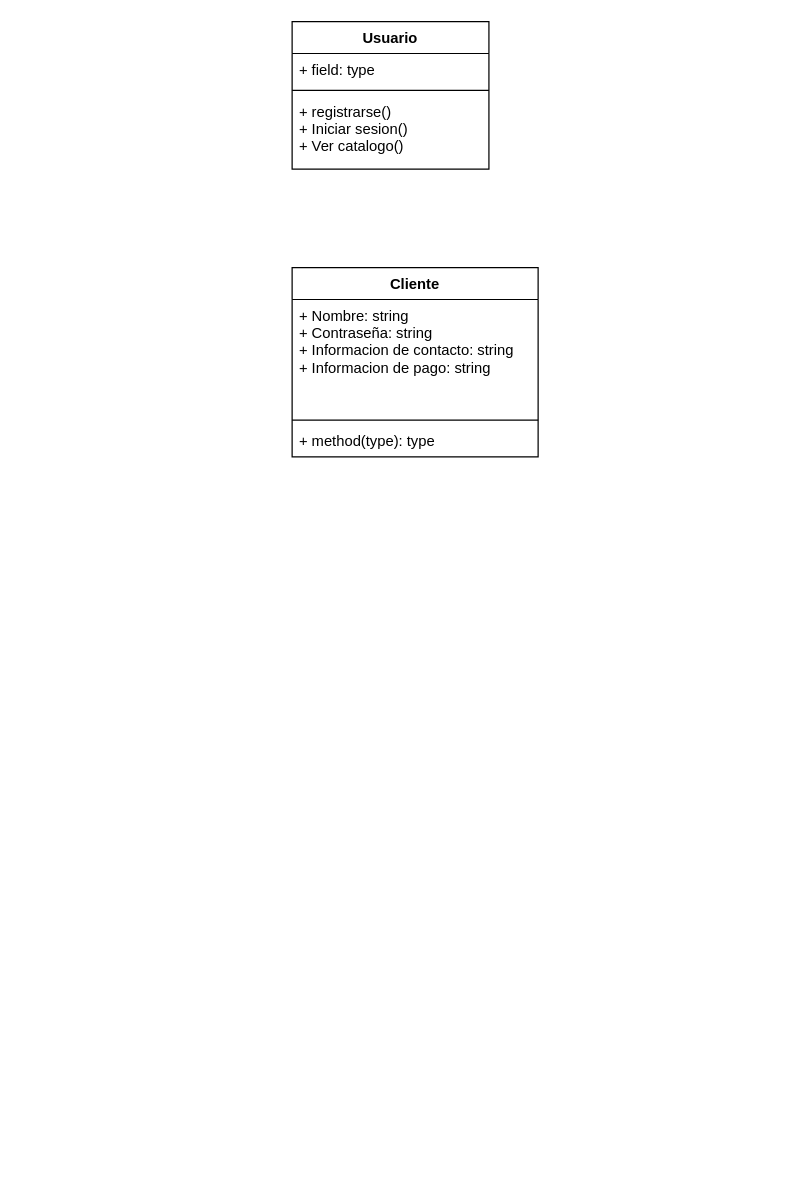
Above: lab4.drawio in AyobAsroutVargas/lab1 (draw.io), before the change. Source tidied: cells renumbered, new cells numbered last; positions are measured from the earlier drawing's top-left corner, leaving out a move shared by most shapes. Both pictures are drawn from the tidied source at 123%, with x=0, y=0 at pixel (292, 21).
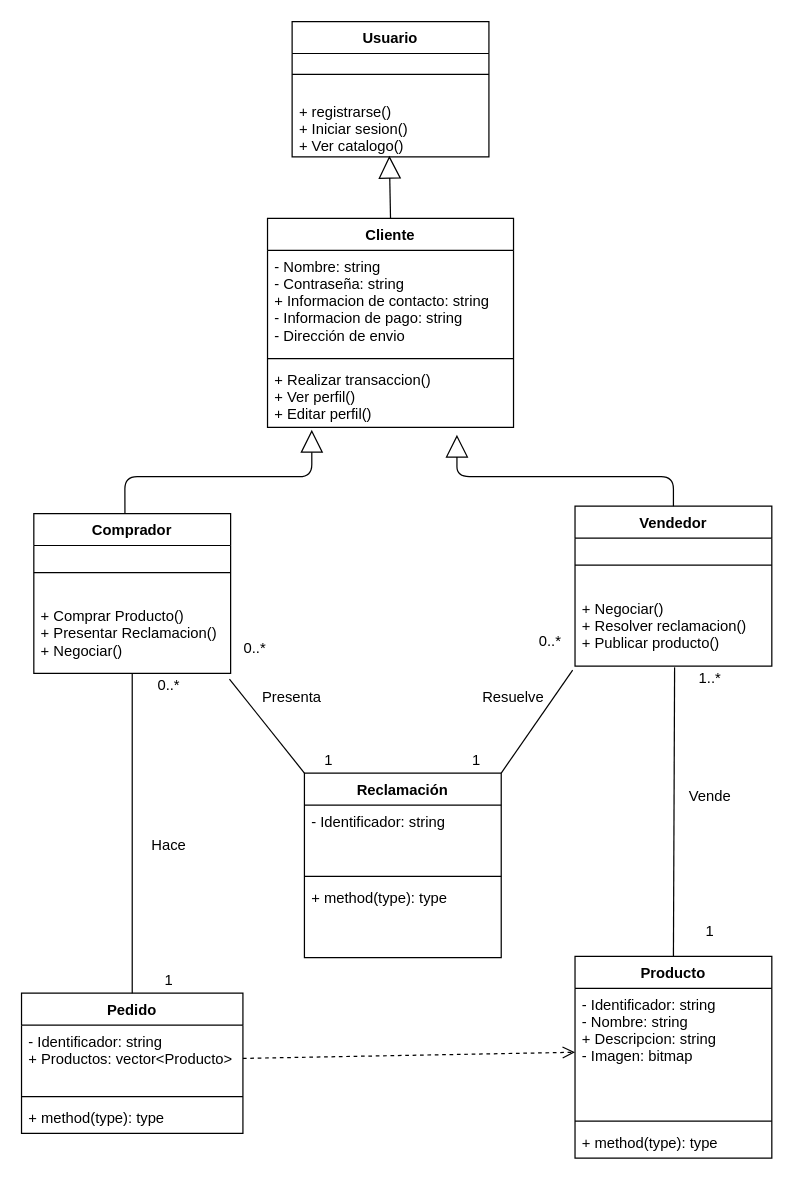
Above is the later version.

The edit, as a diff of the source:
```diff
@@
     <mxCell id="2" value="Usuario" style="swimlane;fontStyle=1;align=center;verticalAlign=top;horizontal=1;startSize=26;" parent="1" vertex="1">
-      <mxGeometry width="160" height="120" as="geometry" />
+      <mxGeometry width="160" height="110" as="geometry" />
     </mxCell>
-    <mxCell id="3" value="+ field: type" style="text;strokeColor=none;fillColor=none;align=left;verticalAlign=top;spacingLeft=4;spacingRight=4;overflow=hidden;" parent="2" vertex="1">
-      <mxGeometry y="26" width="160" height="26" as="geometry" />
-    </mxCell>
     <mxCell id="4" style="line;strokeWidth=1;fillColor=none;align=left;verticalAlign=middle;spacingTop=-1;spacingLeft=3;spacingRight=3;labelPosition=right;" parent="2" vertex="1">
-      <mxGeometry y="52" width="160" height="8" as="geometry" />
+      <mxGeometry y="26" width="160" height="34" as="geometry" />
     </mxCell>
     <mxCell id="5" value="+ registrarse()&#10;+ Iniciar sesion()&#10;+ Ver catalogo()" style="text;strokeColor=none;fillColor=none;align=left;verticalAlign=top;spacingLeft=4;spacingRight=4;overflow=hidden;points=[[0,0.5],[1,0.5]];portConstraint=eastwest;" parent="2" vertex="1">
-      <mxGeometry y="60" width="160" height="60" as="geometry" />
+      <mxGeometry y="60" width="160" height="50" as="geometry" />
     </mxCell>
     <mxCell id="6" value="Cliente" style="swimlane;fontStyle=1;align=center;verticalAlign=top;horizontal=1;startSize=26;" parent="1" vertex="1">
-      <mxGeometry y="200" width="200" height="154" as="geometry" />
+      <mxGeometry x="-20" y="160" width="200" height="170" as="geometry" />
     </mxCell>
-    <mxCell id="7" value="+ Nombre: string&#10;+ Contraseña: string&#10;+ Informacion de contacto: string&#10;+ Informacion de pago: string&#10;" style="text;strokeColor=none;fillColor=none;align=left;verticalAlign=top;spacingLeft=4;spacingRight=4;overflow=hidden;" parent="6" vertex="1">
-      <mxGeometry y="26" width="200" height="94" as="geometry" />
+    <mxCell id="7" value="- Nombre: string&#10;- Contraseña: string&#10;+ Informacion de contacto: string&#10;- Informacion de pago: string&#10;- Dirección de envio" style="text;strokeColor=none;fillColor=none;align=left;verticalAlign=top;spacingLeft=4;spacingRight=4;overflow=hidden;" parent="6" vertex="1">
+      <mxGeometry y="26" width="200" height="84" as="geometry" />
     </mxCell>
     <mxCell id="8" style="line;strokeWidth=1;fillColor=none;align=left;verticalAlign=middle;spacingTop=-1;spacingLeft=3;spacingRight=3;labelPosition=right;" parent="6" vertex="1">
-      <mxGeometry y="120" width="200" height="8" as="geometry" />
+      <mxGeometry y="110" width="200" height="8" as="geometry" />
     </mxCell>
-    <mxCell id="9" value="+ method(type): type" style="text;strokeColor=none;fillColor=none;align=left;verticalAlign=top;spacingLeft=4;spacingRight=4;overflow=hidden;points=[[0,0.5],[1,0.5]];portConstraint=eastwest;" parent="6" vertex="1">
-      <mxGeometry y="128" width="200" height="26" as="geometry" />
+    <mxCell id="9" value="+ Realizar transaccion()&#10;+ Ver perfil()&#10;+ Editar perfil()" style="text;strokeColor=none;fillColor=none;align=left;verticalAlign=top;spacingLeft=4;spacingRight=4;overflow=hidden;points=[[0,0.5],[1,0.5]];portConstraint=eastwest;" parent="6" vertex="1">
+      <mxGeometry y="118" width="200" height="52" as="geometry" />
     </mxCell>
+    <mxCell id="10" style="endArrow=block;endSize=16;endFill=0;html=1;exitX=0.5;exitY=0;exitDx=0;exitDy=0;entryX=0.494;entryY=0.983;entryDx=0;entryDy=0;entryPerimeter=0;" parent="1" edge="1" source="6" target="5">
+      <mxGeometry relative="1" as="geometry" />
+    </mxCell>
+    <mxCell id="11" value="Comprador" style="swimlane;fontStyle=1;align=center;verticalAlign=top;horizontal=1;startSize=26;" parent="1" vertex="1">
+      <mxGeometry x="-210" y="400" width="160" height="130" as="geometry" />
+    </mxCell>
+    <mxCell id="12" style="line;strokeWidth=1;fillColor=none;align=left;verticalAlign=middle;spacingTop=-1;spacingLeft=3;spacingRight=3;labelPosition=right;" parent="11" vertex="1">
+      <mxGeometry y="26" width="160" height="44" as="geometry" />
+    </mxCell>
+    <mxCell id="13" value="+ Comprar Producto()&#10;+ Presentar Reclamacion()&#10;+ Negociar()" style="text;strokeColor=none;fillColor=none;align=left;verticalAlign=top;spacingLeft=4;spacingRight=4;overflow=hidden;points=[[0,0.5],[1,0.5]];portConstraint=eastwest;" parent="11" vertex="1">
+      <mxGeometry y="70" width="160" height="60" as="geometry" />
+    </mxCell>
+    <mxCell id="14" value="Vendedor" style="swimlane;fontStyle=1;align=center;verticalAlign=top;horizontal=1;startSize=26;" parent="1" vertex="1">
+      <mxGeometry x="230" y="394" width="160" height="130" as="geometry" />
+    </mxCell>
+    <mxCell id="15" style="line;strokeWidth=1;fillColor=none;align=left;verticalAlign=middle;spacingTop=-1;spacingLeft=3;spacingRight=3;labelPosition=right;" parent="14" vertex="1">
+      <mxGeometry y="26" width="160" height="44" as="geometry" />
+    </mxCell>
+    <mxCell id="16" value="+ Negociar()&#10;+ Resolver reclamacion()&#10;+ Publicar producto()" style="text;strokeColor=none;fillColor=none;align=left;verticalAlign=top;spacingLeft=4;spacingRight=4;overflow=hidden;points=[[0,0.5],[1,0.5]];portConstraint=eastwest;" parent="14" vertex="1">
+      <mxGeometry y="70" width="160" height="60" as="geometry" />
+    </mxCell>
+    <mxCell id="17" style="endArrow=block;endSize=16;endFill=0;html=1;exitX=0.5;exitY=0;exitDx=0;exitDy=0;entryX=0.77;entryY=1.115;entryDx=0;entryDy=0;entryPerimeter=0;" parent="1" edge="1" source="14" target="9">
+      <mxGeometry relative="1" as="geometry">
+        <Array as="points">
+          <mxPoint x="310" y="370" />
+          <mxPoint x="134" y="370" />
+        </Array>
+      </mxGeometry>
+    </mxCell>
+    <mxCell id="18" style="endArrow=block;endSize=16;endFill=0;html=1;exitX=0.463;exitY=0;exitDx=0;exitDy=0;entryX=0.18;entryY=1.038;entryDx=0;entryDy=0;entryPerimeter=0;exitPerimeter=0;" parent="1" edge="1" source="11" target="9">
+      <mxGeometry relative="1" as="geometry">
+        <Array as="points">
+          <mxPoint x="-136" y="370" />
+          <mxPoint x="16" y="370" />
+        </Array>
+      </mxGeometry>
+    </mxCell>
+    <mxCell id="19" value="Pedido" style="swimlane;fontStyle=1;align=center;verticalAlign=top;horizontal=1;startSize=26;" parent="1" vertex="1">
+      <mxGeometry x="-220" y="790" width="180" height="114" as="geometry" />
+    </mxCell>
+    <mxCell id="20" value="- Identificador: string&#10;+ Productos: vector&lt;Producto&gt;" style="text;strokeColor=none;fillColor=none;align=left;verticalAlign=top;spacingLeft=4;spacingRight=4;overflow=hidden;points=[[0,0.5],[1,0.5]];portConstraint=eastwest;" parent="19" vertex="1">
+      <mxGeometry y="26" width="180" height="54" as="geometry" />
+    </mxCell>
+    <mxCell id="21" style="line;strokeWidth=1;fillColor=none;align=left;verticalAlign=middle;spacingTop=-1;spacingLeft=3;spacingRight=3;labelPosition=right;" parent="19" vertex="1">
+      <mxGeometry y="80" width="180" height="8" as="geometry" />
+    </mxCell>
+    <mxCell id="22" value="+ method(type): type" style="text;strokeColor=none;fillColor=none;align=left;verticalAlign=top;spacingLeft=4;spacingRight=4;overflow=hidden;" parent="19" vertex="1">
+      <mxGeometry y="88" width="180" height="26" as="geometry" />
+    </mxCell>
+    <mxCell id="23" value="Producto" style="swimlane;fontStyle=1;align=center;verticalAlign=top;horizontal=1;startSize=26;" parent="1" vertex="1">
+      <mxGeometry x="230" y="760" width="160" height="164" as="geometry" />
+    </mxCell>
+    <mxCell id="24" value="- Identificador: string&#10;- Nombre: string&#10;+ Descripcion: string&#10;- Imagen: bitmap" style="text;strokeColor=none;fillColor=none;align=left;verticalAlign=top;spacingLeft=4;spacingRight=4;overflow=hidden;points=[[0,0.5],[1,0.5]];portConstraint=eastwest;" parent="23" vertex="1">
+      <mxGeometry y="26" width="160" height="104" as="geometry" />
+    </mxCell>
+    <mxCell id="25" style="line;strokeWidth=1;fillColor=none;align=left;verticalAlign=middle;spacingTop=-1;spacingLeft=3;spacingRight=3;labelPosition=right;" parent="23" vertex="1">
+      <mxGeometry y="130" width="160" height="8" as="geometry" />
+    </mxCell>
+    <mxCell id="26" value="+ method(type): type" style="text;strokeColor=none;fillColor=none;align=left;verticalAlign=top;spacingLeft=4;spacingRight=4;overflow=hidden;" parent="23" vertex="1">
+      <mxGeometry y="138" width="160" height="26" as="geometry" />
+    </mxCell>
+    <mxCell id="27" style="html=1;verticalAlign=bottom;endArrow=open;dashed=1;endSize=8;entryX=0;entryY=0.5;entryDx=0;entryDy=0;exitX=1;exitY=0.5;exitDx=0;exitDy=0;" parent="1" edge="1" source="20" target="24">
+      <mxGeometry relative="1" as="geometry" />
+    </mxCell>
+    <mxCell id="28" style="endArrow=none;html=1;exitX=0.5;exitY=0;exitDx=0;exitDy=0;" parent="1" edge="1" source="19" target="13">
+      <mxGeometry relative="1" as="geometry" />
+    </mxCell>
+    <mxCell id="29" value="0..*" style="text;html=1;strokeColor=none;fillColor=none;align=center;verticalAlign=middle;whiteSpace=wrap;rounded=0;" parent="1" vertex="1">
+      <mxGeometry x="-120" y="530" width="40" height="20" as="geometry" />
+    </mxCell>
+    <mxCell id="30" value="1" style="text;html=1;strokeColor=none;fillColor=none;align=center;verticalAlign=middle;whiteSpace=wrap;rounded=0;" parent="1" vertex="1">
+      <mxGeometry x="-120" y="770" width="40" height="20" as="geometry" />
+    </mxCell>
+    <mxCell id="31" value="Hace" style="text;html=1;strokeColor=none;fillColor=none;align=center;verticalAlign=middle;whiteSpace=wrap;rounded=0;" parent="1" vertex="1">
+      <mxGeometry x="-120" y="660" width="40" height="20" as="geometry" />
+    </mxCell>
+    <mxCell id="32" style="endArrow=none;html=1;exitX=0.5;exitY=0;exitDx=0;exitDy=0;entryX=0.506;entryY=1.018;entryDx=0;entryDy=0;entryPerimeter=0;" parent="1" edge="1" source="23" target="16">
+      <mxGeometry relative="1" as="geometry" />
+    </mxCell>
+    <mxCell id="33" value="1..*" style="text;html=1;strokeColor=none;fillColor=none;align=center;verticalAlign=middle;whiteSpace=wrap;rounded=0;" parent="1" vertex="1">
+      <mxGeometry x="320" y="524" width="40" height="20" as="geometry" />
+    </mxCell>
+    <mxCell id="34" value="1" style="text;html=1;strokeColor=none;fillColor=none;align=center;verticalAlign=middle;whiteSpace=wrap;rounded=0;" parent="1" vertex="1">
+      <mxGeometry x="320" y="730" width="40" height="20" as="geometry" />
+    </mxCell>
+    <mxCell id="35" value="Vende" style="text;html=1;strokeColor=none;fillColor=none;align=center;verticalAlign=middle;whiteSpace=wrap;rounded=0;" parent="1" vertex="1">
+      <mxGeometry x="320" y="620" width="40" height="20" as="geometry" />
+    </mxCell>
+    <mxCell id="36" value="Reclamación" style="swimlane;fontStyle=1;align=center;verticalAlign=top;horizontal=1;startSize=26;" parent="1" vertex="1">
+      <mxGeometry x="10" y="611" width="160" height="150" as="geometry" />
+    </mxCell>
+    <mxCell id="37" value="- Identificador: string&#10;" style="text;strokeColor=none;fillColor=none;align=left;verticalAlign=top;spacingLeft=4;spacingRight=4;overflow=hidden;" parent="36" vertex="1">
+      <mxGeometry y="26" width="160" height="54" as="geometry" />
+    </mxCell>
+    <mxCell id="38" style="line;strokeWidth=1;fillColor=none;align=left;verticalAlign=middle;spacingTop=-1;spacingLeft=3;spacingRight=3;labelPosition=right;" parent="36" vertex="1">
+      <mxGeometry y="80" width="160" height="8" as="geometry" />
+    </mxCell>
+    <mxCell id="39" value="+ method(type): type" style="text;strokeColor=none;fillColor=none;align=left;verticalAlign=top;spacingLeft=4;spacingRight=4;overflow=hidden;" parent="36" vertex="1">
+      <mxGeometry y="88" width="160" height="62" as="geometry" />
+    </mxCell>
+    <mxCell id="40" style="endArrow=none;html=1;exitX=0.994;exitY=1.077;exitDx=0;exitDy=0;exitPerimeter=0;entryX=0;entryY=0;entryDx=0;entryDy=0;" parent="1" edge="1" source="13" target="36">
+      <mxGeometry relative="1" as="geometry" />
+    </mxCell>
+    <mxCell id="41" style="endArrow=none;html=1;entryX=-0.012;entryY=1.055;entryDx=0;entryDy=0;entryPerimeter=0;exitX=1;exitY=0;exitDx=0;exitDy=0;" parent="1" edge="1" source="36" target="16">
+      <mxGeometry relative="1" as="geometry" />
+    </mxCell>
+    <mxCell id="42" value="Presenta" style="text;html=1;strokeColor=none;fillColor=none;align=center;verticalAlign=middle;whiteSpace=wrap;rounded=0;" parent="1" vertex="1">
+      <mxGeometry x="-20" y="540" width="40" height="20" as="geometry" />
+    </mxCell>
+    <mxCell id="43" value="1" style="text;html=1;strokeColor=none;fillColor=none;align=center;verticalAlign=middle;whiteSpace=wrap;rounded=0;" parent="1" vertex="1">
+      <mxGeometry x="10" y="591" width="40" height="20" as="geometry" />
+    </mxCell>
+    <mxCell id="44" value="0..*" style="text;html=1;strokeColor=none;fillColor=none;align=center;verticalAlign=middle;whiteSpace=wrap;rounded=0;" parent="1" vertex="1">
+      <mxGeometry x="-50" y="500" width="40" height="20" as="geometry" />
+    </mxCell>
+    <mxCell id="45" value="Resuelve" style="text;html=1;strokeColor=none;fillColor=none;align=center;verticalAlign=middle;whiteSpace=wrap;rounded=0;" parent="1" vertex="1">
+      <mxGeometry x="160" y="540" width="40" height="20" as="geometry" />
+    </mxCell>
+    <mxCell id="46" value="1" style="text;html=1;strokeColor=none;fillColor=none;align=center;verticalAlign=middle;whiteSpace=wrap;rounded=0;" parent="1" vertex="1">
+      <mxGeometry x="130" y="591" width="40" height="20" as="geometry" />
+    </mxCell>
+    <mxCell id="47" value="0..*" style="text;html=1;strokeColor=none;fillColor=none;align=center;verticalAlign=middle;whiteSpace=wrap;rounded=0;" parent="1" vertex="1">
+      <mxGeometry x="190" y="494" width="40" height="20" as="geometry" />
+    </mxCell>
```
